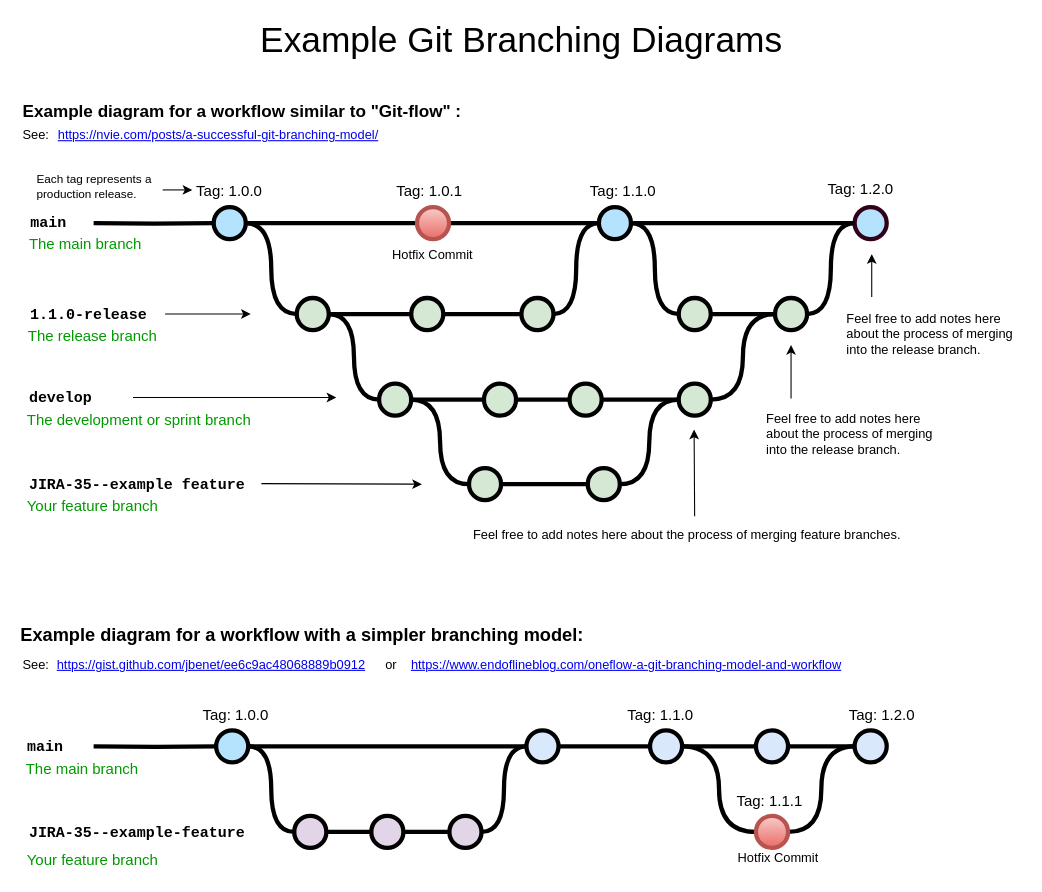
This is 未命名绘图.drawio from simpleAndElegant/HowToCook, a draw.io file, before an edit. Source tidied: cells renumbered, new cells numbered last; positions are measured from the earlier drawing's top-left corner, leaving out a move shared by most shapes. Both pictures are drawn from the tidied source at 107%, with x=0, y=0 at pixel (18, 18).
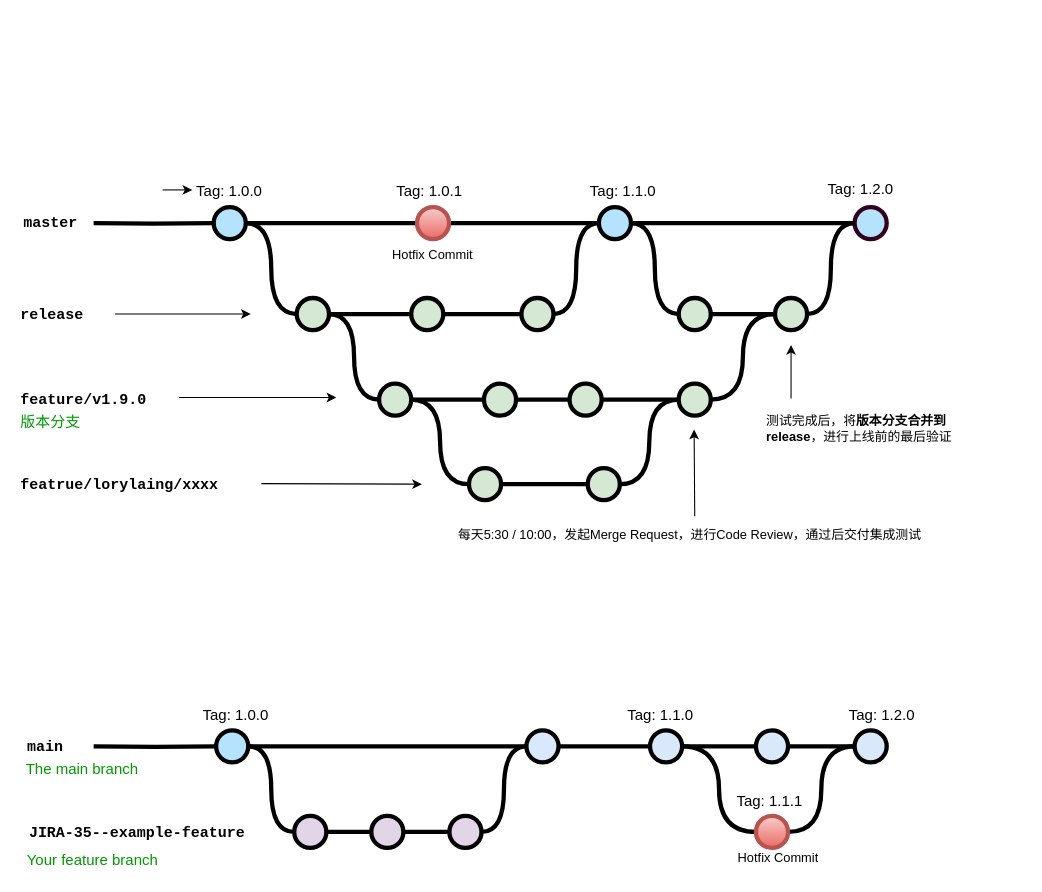
After the change.

Commit message:
更新未命名绘图.drawio

The change refers to these unchanged cells:
```xml
<mxCell id="43" value="Tag: 1.0.0" style="text;html=1;strokeColor=none;fillColor=none;align=center;verticalAlign=middle;whiteSpace=wrap;overflow=hidden;fontSize=14;" parent="1" vertex="1">
  <mxGeometry x="162.2" y="150" width="70" height="20" as="geometry" />
</mxCell>
```

Diff of the diagram source:
```diff
@@
-    <mxCell id="11" value="main" style="text;html=1;strokeColor=none;fillColor=none;align=center;verticalAlign=middle;whiteSpace=wrap;overflow=hidden;fontSize=14;fontStyle=1;fontFamily=Courier New;" parent="1" vertex="1">
-      <mxGeometry x="3" y="170" width="50" height="42" as="geometry" />
+    <mxCell id="11" value="master" style="text;html=1;strokeColor=none;fillColor=none;align=center;verticalAlign=middle;whiteSpace=wrap;overflow=hidden;fontSize=14;fontStyle=1;fontFamily=Courier New;" parent="1" vertex="1">
+      <mxGeometry y="170" width="60" height="42" as="geometry" />
     </mxCell>
@@
     <mxCell id="13" style="verticalLabelPosition=bottom;verticalAlign=top;html=1;strokeWidth=4;shape=mxgraph.flowchart.on-page_reference;plain-purple;gradientColor=none;strokeColor=#000000;fillColor=#D5E8D4;" parent="1" vertex="1">
-      <mxGeometry x="259.8" y="261" width="30" height="30" as="geometry" />
+      <mxGeometry x="259.8" y="261" width="30.2" height="30" as="geometry" />
     </mxCell>
@@
-    <mxCell id="18" value="1.1.0-release" style="text;html=1;strokeColor=none;fillColor=none;align=left;verticalAlign=middle;whiteSpace=wrap;overflow=hidden;fontSize=14;fontStyle=1;fontFamily=Courier New;" parent="1" vertex="1">
-      <mxGeometry x="8.8" y="266" width="240" height="20" as="geometry" />
+    <mxCell id="18" value="release" style="text;html=1;strokeColor=none;fillColor=none;align=left;verticalAlign=middle;whiteSpace=wrap;overflow=hidden;fontSize=14;fontStyle=1;fontFamily=Courier New;" parent="1" vertex="1">
+      <mxGeometry y="266" width="240" height="20" as="geometry" />
     </mxCell>
@@
-    <mxCell id="29" value="develop" style="text;html=1;strokeColor=none;fillColor=none;align=left;verticalAlign=middle;whiteSpace=wrap;overflow=hidden;fontSize=14;fontStyle=1;fontFamily=Courier New;" parent="1" vertex="1">
-      <mxGeometry x="7.8" y="344" width="91" height="20" as="geometry" />
+    <mxCell id="29" value="feature/v1.9.0" style="text;html=1;strokeColor=none;fillColor=none;align=left;verticalAlign=middle;whiteSpace=wrap;overflow=hidden;fontSize=14;fontStyle=1;fontFamily=Courier New;" parent="1" vertex="1">
+      <mxGeometry y="346" width="122.2" height="20" as="geometry" />
     </mxCell>
@@
-    <mxCell id="34" value="JIRA-35--example feature" style="text;html=1;strokeColor=none;fillColor=none;align=left;verticalAlign=middle;whiteSpace=wrap;overflow=hidden;fontSize=14;fontStyle=1;fontFamily=Courier New;" parent="1" vertex="1">
-      <mxGeometry x="7.5" y="425" width="240" height="20" as="geometry" />
+    <mxCell id="34" value="featrue/lorylaing/xxxx" style="text;html=1;strokeColor=none;fillColor=none;align=left;verticalAlign=middle;whiteSpace=wrap;overflow=hidden;fontSize=14;fontStyle=1;fontFamily=Courier New;" parent="1" vertex="1">
+      <mxGeometry y="425" width="240" height="20" as="geometry" />
     </mxCell>
-    <mxCell id="35" value="The development or sprint branch" style="text;html=1;strokeColor=none;fillColor=none;align=left;verticalAlign=middle;whiteSpace=wrap;overflow=hidden;fontSize=14;fontStyle=0;fontColor=#009900;" parent="1" vertex="1">
-      <mxGeometry x="5.8" y="364" width="240" height="20" as="geometry" />
+    <mxCell id="35" value="版本分支" style="text;html=1;strokeColor=none;fillColor=none;align=left;verticalAlign=middle;whiteSpace=wrap;overflow=hidden;fontSize=14;fontStyle=0;fontColor=#009900;" parent="1" vertex="1">
+      <mxGeometry y="366" width="240" height="20" as="geometry" />
     </mxCell>
-    <mxCell id="36" value="Your feature branch" style="text;html=1;strokeColor=none;fillColor=none;align=left;verticalAlign=middle;whiteSpace=wrap;overflow=hidden;fontSize=14;fontStyle=0;fontColor=#009900;" parent="1" vertex="1">
-      <mxGeometry x="5.8" y="445" width="240" height="20" as="geometry" />
-    </mxCell>
-    <mxCell id="37" value="The release branch" style="text;html=1;strokeColor=none;fillColor=none;align=left;verticalAlign=middle;whiteSpace=wrap;overflow=hidden;fontSize=14;fontStyle=0;fontColor=#009900;" parent="1" vertex="1">
-      <mxGeometry x="6.8" y="286" width="240" height="20" as="geometry" />
-    </mxCell>
-    <mxCell id="38" value="The main branch&lt;br&gt;" style="text;html=1;strokeColor=none;fillColor=none;align=left;verticalAlign=middle;whiteSpace=wrap;overflow=hidden;fontSize=14;fontStyle=0;fontColor=#009900;" parent="1" vertex="1">
-      <mxGeometry x="8.2" y="200" width="146.8" height="20" as="geometry" />
-    </mxCell>
@@
     <mxCell id="40" style="endArrow=classic;html=1;strokeWidth=1;fontFamily=Courier New;fontColor=#009900;" parent="1" edge="1">
       <mxGeometry relative="1" as="geometry">
-        <mxPoint x="106.8" y="354" as="sourcePoint" />
+        <mxPoint x="150" y="354" as="sourcePoint" />
         <mxPoint x="296.8" y="354" as="targetPoint" />
       </mxGeometry>
     </mxCell>
-    <mxCell id="41" style="endArrow=classic;html=1;strokeWidth=1;fontFamily=Courier New;fontColor=#009900;" parent="1" edge="1">
+    <mxCell id="41" style="endArrow=classic;html=1;strokeWidth=1;fontFamily=Courier New;fontColor=#009900;exitX=0.375;exitY=0.5;exitDx=0;exitDy=0;exitPerimeter=0;" parent="1" edge="1" source="18">
       <mxGeometry relative="1" as="geometry">
-        <mxPoint x="136.8" y="276" as="sourcePoint" />
         <mxPoint x="216.8" y="276" as="targetPoint" />
       </mxGeometry>
     </mxCell>
@@
-    <mxCell id="51" value="&lt;span style=&quot;text-align: center&quot;&gt;Feel free to add notes here about the process of merging into the release branch.&lt;br&gt;&lt;/span&gt;" style="text;html=1;strokeColor=none;fillColor=none;align=left;verticalAlign=middle;whiteSpace=wrap;overflow=hidden;fontSize=12;fontStyle=0;fontColor=#000000;" parent="1" vertex="1">
-      <mxGeometry x="696.8" y="355" width="163.2" height="66" as="geometry" />
+    <mxCell id="51" value="测试完成后，将&lt;b&gt;版本分支合并到release&lt;/b&gt;，进行上线前的最后验证" style="text;html=1;strokeColor=none;fillColor=none;align=left;verticalAlign=middle;whiteSpace=wrap;overflow=hidden;fontSize=12;fontStyle=0;fontColor=#000000;" parent="1" vertex="1">
+      <mxGeometry x="696.8" y="355" width="183.2" height="55" as="geometry" />
     </mxCell>
-    <mxCell id="52" value="&lt;div style=&quot;&quot;&gt;&lt;span&gt;Feel free to add notes here about the process of merging feature branches.&lt;/span&gt;&lt;/div&gt;" style="text;html=1;strokeColor=none;fillColor=none;align=left;verticalAlign=middle;whiteSpace=wrap;overflow=hidden;fontSize=12;fontStyle=0;fontColor=#000000;" parent="1" vertex="1">
-      <mxGeometry x="422.6" y="465" width="418.2" height="36" as="geometry" />
+    <mxCell id="52" value="&lt;div style=&quot;&quot;&gt;每天5:30 / 10:00，发起Merge Request，进行Code Review，通过后交付集成测试&lt;/div&gt;" style="text;html=1;strokeColor=none;fillColor=none;align=left;verticalAlign=middle;whiteSpace=wrap;overflow=hidden;fontSize=12;fontStyle=0;fontColor=#000000;" parent="1" vertex="1">
+      <mxGeometry x="408.6" y="465" width="446.4" height="36" as="geometry" />
     </mxCell>
-    <mxCell id="53" style="edgeStyle=orthogonalEdgeStyle;rounded=0;jettySize=auto;html=1;fontSize=12;fontColor=#000000;entryX=0;entryY=0.5;entryDx=0;entryDy=0;" parent="1" edge="1" source="54" target="43">
+    <mxCell id="53" style="edgeStyle=orthogonalEdgeStyle;rounded=0;jettySize=auto;html=1;fontSize=12;fontColor=#000000;entryX=0;entryY=0.5;entryDx=0;entryDy=0;" parent="1" edge="1" target="43">
       <mxGeometry relative="1" as="geometry">
+        <mxPoint x="134.5" y="160" as="sourcePoint" />
         <Array as="points">
           <mxPoint x="142.2" y="160" />
           <mxPoint x="142.2" y="160" />
         </Array>
       </mxGeometry>
     </mxCell>
-    <mxCell id="54" value="&lt;span style=&quot;text-align: center; font-size: 11px;&quot;&gt;Each tag represents a production release.&lt;/span&gt;" style="text;html=1;strokeColor=none;fillColor=none;align=left;verticalAlign=middle;whiteSpace=wrap;overflow=hidden;fontSize=11;fontStyle=0;fontColor=#000000;" parent="1" vertex="1">
-      <mxGeometry x="14.5" y="138" width="120" height="38" as="geometry" />
-    </mxCell>
-    <mxCell id="55" value="Example Git Branching Diagrams" style="text;html=1;strokeColor=none;fillColor=none;align=center;verticalAlign=middle;whiteSpace=wrap;rounded=0;fontSize=33;fontColor=#000000;" parent="1" vertex="1">
-      <mxGeometry x="201" width="538" height="40" as="geometry" />
-    </mxCell>
-    <mxCell id="56" value="Example diagram for a workflow similar to &quot;Git-flow&quot; :" style="text;whiteSpace=wrap;html=1;fontStyle=1;fontSize=16;" parent="1" vertex="1">
-      <mxGeometry x="2.2" y="70" width="427.8" height="20" as="geometry" />
-    </mxCell>
-    <mxCell id="57" value="&lt;a href=&quot;https://nvie.com/posts/a-successful-git-branching-model/&quot;&gt;https://nvie.com/posts/a-successful-git-branching-model/&lt;/a&gt;" style="text;whiteSpace=wrap;html=1;" parent="1" vertex="1">
-      <mxGeometry x="35" y="95" width="355" height="20" as="geometry" />
-    </mxCell>
-    <mxCell id="58" value="Example diagram for a workflow with a simpler branching model:" style="text;whiteSpace=wrap;html=1;fontStyle=1;fontSize=17;" parent="1" vertex="1">
-      <mxGeometry y="560" width="542.2" height="30" as="geometry" />
-    </mxCell>
-    <mxCell id="59" value="See:" style="text;whiteSpace=wrap;html=1;" parent="1" vertex="1">
-      <mxGeometry x="2.2" y="95" width="32.8" height="20" as="geometry" />
-    </mxCell>
-    <mxCell id="60" value="&lt;a href=&quot;https://gist.github.com/jbenet/ee6c9ac48068889b0912&quot;&gt;https://gist.github.com/jbenet/ee6c9ac48068889b0912&lt;/a&gt;" style="text;whiteSpace=wrap;html=1;" parent="1" vertex="1">
-      <mxGeometry x="34.2" y="590" width="298" height="20" as="geometry" />
-    </mxCell>
-    <mxCell id="61" value="See:" style="text;whiteSpace=wrap;html=1;" parent="1" vertex="1">
-      <mxGeometry x="1.5" y="590" width="32.8" height="20" as="geometry" />
-    </mxCell>
-    <mxCell id="62" style="endArrow=classic;html=1;strokeWidth=1;fontFamily=Courier New;fontColor=#009900;" parent="1" edge="1">
-      <mxGeometry relative="1" as="geometry">
-        <mxPoint x="797.2" y="260" as="sourcePoint" />
-        <mxPoint x="797.2" y="220" as="targetPoint" />
-      </mxGeometry>
-    </mxCell>
-    <mxCell id="63" value="&lt;span style=&quot;text-align: center&quot;&gt;Feel free to add notes here about the process of merging into the release branch.&lt;br&gt;&lt;br&gt;&lt;/span&gt;" style="text;html=1;strokeColor=none;fillColor=none;align=left;verticalAlign=middle;whiteSpace=wrap;overflow=hidden;fontSize=12;fontStyle=0;fontColor=#000000;" parent="1" vertex="1">
-      <mxGeometry x="772.2" y="261" width="167.8" height="81" as="geometry" />
+    <mxCell id="63" value="&lt;span style=&quot;text-align: center&quot;&gt;&lt;br&gt;&lt;/span&gt;" style="text;html=1;strokeColor=none;fillColor=none;align=left;verticalAlign=middle;whiteSpace=wrap;overflow=hidden;fontSize=12;fontStyle=0;fontColor=#000000;" parent="1" vertex="1">
+      <mxGeometry x="772.2" y="257" width="167.8" height="29" as="geometry" />
     </mxCell>
@@
-    <mxCell id="90" value="&lt;a href=&quot;https://www.endoflineblog.com/oneflow-a-git-branching-model-and-workflow&quot;&gt;https://www.endoflineblog.com/oneflow-a-git-branching-model-and-workflow&lt;/a&gt;" style="text;whiteSpace=wrap;html=1;" parent="1" vertex="1">
-      <mxGeometry x="364.5" y="590" width="413.8" height="20" as="geometry" />
-    </mxCell>
-    <mxCell id="91" value="or" style="text;whiteSpace=wrap;html=1;" parent="1" vertex="1">
-      <mxGeometry x="340.6" y="590" width="11.6" height="20" as="geometry" />
-    </mxCell>
```
